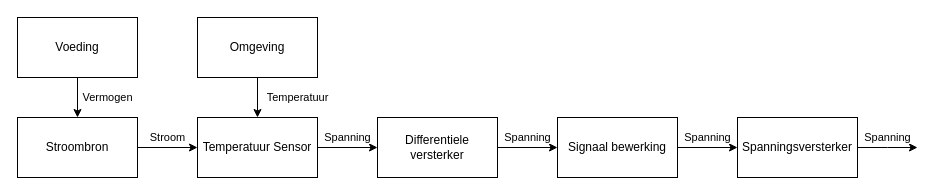
Niek8888/Systeemontwerp keeps this draw.io diagram as Sensors/Temperatuur/Drawio/Circuit_nivea_schema.drawio. Above is the earlier version. Source tidied: cells renumbered, new cells numbered last; positions are measured from the earlier drawing's top-left corner, leaving out a move shared by most shapes. Both pictures are drawn from the tidied source at 100%, with x=0, y=0 at pixel (17, 17).
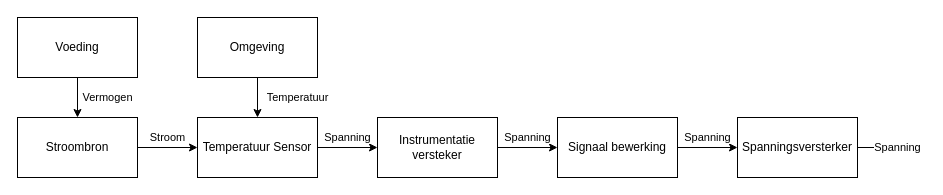
The same diagram, later.

What changed in the source:
```diff
@@
 <mxGraphModel>
   <root>
     <mxCell id="0" />
     <mxCell id="1" parent="0" />
     <mxCell id="2" value="Vermogen" style="edgeStyle=orthogonalEdgeStyle;rounded=0;jettySize=auto;html=1;" parent="1" edge="1" source="3" target="5">
       <mxGeometry y="30" relative="1" as="geometry" />
     </mxCell>
     <mxCell id="3" value="Voeding" style="rounded=0;whiteSpace=wrap;html=1;" parent="1" vertex="1">
       <mxGeometry width="120" height="60" as="geometry" />
     </mxCell>
     <mxCell id="4" value="Stroom" style="edgeStyle=orthogonalEdgeStyle;rounded=0;jettySize=auto;html=1;" parent="1" edge="1" source="5" target="7">
       <mxGeometry y="10" relative="1" as="geometry" />
     </mxCell>
     <mxCell id="5" value="Stroombron" style="whiteSpace=wrap;html=1;rounded=0;" parent="1" vertex="1">
       <mxGeometry y="100" width="120" height="60" as="geometry" />
     </mxCell>
     <mxCell id="6" value="Spanning" style="edgeStyle=orthogonalEdgeStyle;rounded=0;jettySize=auto;html=1;" parent="1" edge="1" source="7" target="9">
       <mxGeometry y="10" relative="1" as="geometry" />
     </mxCell>
     <mxCell id="7" value="Temperatuur Sensor" style="rounded=0;whiteSpace=wrap;html=1;" parent="1" vertex="1">
       <mxGeometry x="180" y="100" width="120" height="60" as="geometry" />
     </mxCell>
     <mxCell id="8" value="Spanning" style="edgeStyle=orthogonalEdgeStyle;rounded=0;jettySize=auto;html=1;" parent="1" edge="1" source="9" target="11">
       <mxGeometry y="10" relative="1" as="geometry" />
     </mxCell>
-    <mxCell id="9" value="Differentiele versterker" style="whiteSpace=wrap;html=1;rounded=0;" parent="1" vertex="1">
+    <mxCell id="9" value="Instrumentatie versteker" style="whiteSpace=wrap;html=1;rounded=0;" parent="1" vertex="1">
       <mxGeometry x="360" y="100" width="120" height="60" as="geometry" />
     </mxCell>
     <mxCell id="10" value="Spanning" style="edgeStyle=orthogonalEdgeStyle;rounded=0;jettySize=auto;html=1;" parent="1" edge="1" source="11" target="13">
       <mxGeometry y="10" relative="1" as="geometry" />
     </mxCell>
     <mxCell id="11" value="Signaal bewerking" style="whiteSpace=wrap;html=1;rounded=0;" parent="1" vertex="1">
       <mxGeometry x="540" y="100" width="120" height="60" as="geometry" />
     </mxCell>
     <mxCell id="12" value="Spanning" style="edgeStyle=orthogonalEdgeStyle;rounded=0;jettySize=auto;html=1;" parent="1" edge="1" source="13">
-      <mxGeometry x="-0.01" y="-10" relative="1" as="geometry">
+      <mxGeometry y="10" relative="1" as="geometry">
         <mxPoint x="900" y="130" as="targetPoint" />
-        <mxPoint x="10" y="-10" as="offset" />
       </mxGeometry>
     </mxCell>
     <mxCell id="13" value="Spanningsversterker" style="whiteSpace=wrap;html=1;rounded=0;" parent="1" vertex="1">
       <mxGeometry x="720" y="100" width="120" height="60" as="geometry" />
     </mxCell>
     <mxCell id="14" value="Temperatuur" style="edgeStyle=orthogonalEdgeStyle;rounded=0;jettySize=auto;html=1;" parent="1" edge="1" source="15" target="7">
       <mxGeometry y="40" relative="1" as="geometry" />
     </mxCell>
     <mxCell id="15" value="Omgeving" style="rounded=0;whiteSpace=wrap;html=1;" parent="1" vertex="1">
       <mxGeometry x="180" width="120" height="60" as="geometry" />
     </mxCell>
   </root>
 </mxGraphModel>
```
